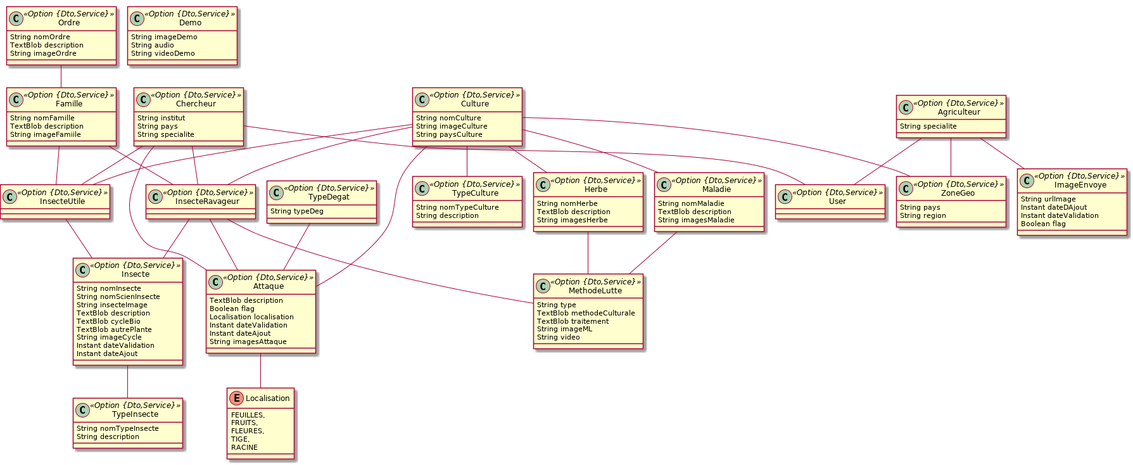
Above: model.png in Mzbf/ArSATolProject (PlantUML), before the change.
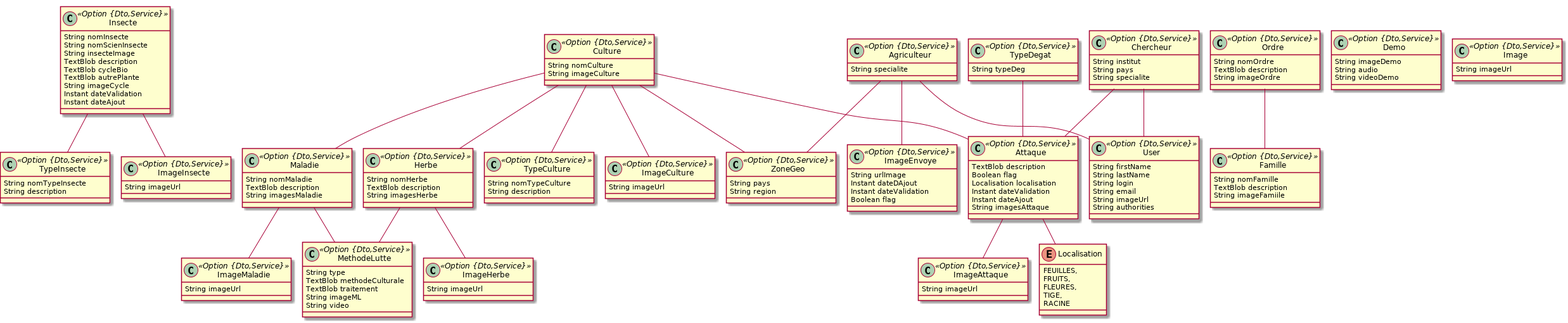
Later version of the same file.

The edit, as a diff of the source:
```diff
@@ -16,10 +16,6 @@
 		String nomTypeInsecte
 		String description
 	}
-	class InsecteUtile <<Option {Dto,Service}>> {
-	}
-	class InsecteRavageur <<Option {Dto,Service}>> {
-	}
 	class Maladie <<Option {Dto,Service}>> {
 		String nomMaladie
 		TextBlob description
@@ -33,7 +29,6 @@
 	class Culture <<Option {Dto,Service}>> {
 		String nomCulture
 		String imageCulture
-		String paysCulture
 	}
 	class TypeCulture <<Option {Dto,Service}>> {
 		String nomTypeCulture
@@ -98,31 +93,50 @@
 		TIGE,
 		RACINE
 	}
+	class ImageCulture <<Option {Dto,Service}>> {
+		String imageUrl
+	}
+	class ImageInsecte <<Option {Dto,Service}>> {
+		String imageUrl
+	}
+	class ImageAttaque <<Option {Dto,Service}>> {
+		String imageUrl
+	}
+	class ImageMaladie <<Option {Dto,Service}>> {
+		String imageUrl
+	}
+	class ImageHerbe <<Option {Dto,Service}>> {
+		String imageUrl
+	}
+	class Image <<Option {Dto,Service}>> {
+		String imageUrl
+	}
 	Culture  "cultureMaladie 0..* " o--o "culture 0..* "  Maladie
-	Culture  "cultureInsecteUtile 0..* " o--o "culture 0..* "  InsecteUtile
-	Culture  "culturesRavageur 0..* " o--o "culture 0..* "  InsecteRavageur
 	Culture  "cultureHerbe 0..* " o--o "culture 0..* "  Herbe
 	Culture  "typeCulture 0..1 " -- "0..1 "  TypeCulture
 	Culture  "zone 0..* " o--o "culture 0..* "  ZoneGeo
+	Insecte  "insecte 0..1 " --o "0..* "  ImageInsecte
+	Culture  "culture 0..1 " --o "0..* "  ImageCulture
+	Attaque  "attaque 0..1 " --o "0..* "  ImageAttaque
+	Herbe  "herbe 0..1 " --o "0..* "  ImageHerbe
+	Maladie  "maladie 0..1 " --o "0..* "  ImageMaladie
 	Insecte  "typeInsecte 0..1 " -- "0..1 "  TypeInsecte
-	InsecteRavageur  "typeRav 0..1 " -- "0..1 "  Insecte
-	InsecteUtile  "typeUtil 0..1 " -- "0..1 "  Insecte
 	Agriculteur  "pays 0..1 " -- "0..1 "  ZoneGeo
-	InsecteRavageur  "ravageurML 0..1 " -- "0..1 "  MethodeLutte
 	Herbe  "herbeML 0..1 " -- "0..1 "  MethodeLutte
 	Maladie  "maladieML 0..1 " -- "0..1 "  MethodeLutte
-	InsecteRavageur  "ravageur 0..1 " --o "0..* "  Attaque
 	Culture  "attaque 0..1 " --o "0..* "  Attaque
-	Chercheur  "ajoutRavageur 0..1 " --o "0..* "  InsecteRavageur
-	Chercheur  "ajoutInsUtile 0..1 " --o "0..* "  InsecteUtile
 	Chercheur  "ajoutAttaque 0..1 " --o "0..* "  Attaque
 	Ordre  "ordre 0..1 " --o "0..* "  Famille
-	Famille  "familleRavageur 0..1 " --o "0..* "  InsecteRavageur
-	Famille  "familleInseUtile 0..1 " --o "0..* "  InsecteUtile
 	TypeDegat  "degat 0..1 " --o "0..* "  Attaque
 	Agriculteur  "agriculteur 0..1 " --o "0..* "  ImageEnvoye
 	Agriculteur  "user 0..1 " -- "0..1 "  User
 	Chercheur  "user 0..1 " -- "0..1 "  User
 	class User <<Option {Dto,Service}>> {
+		String firstName
+		String lastName
+		String login
+		String email
+		String imageUrl
+		String authorities
 	}
 @enduml
```
